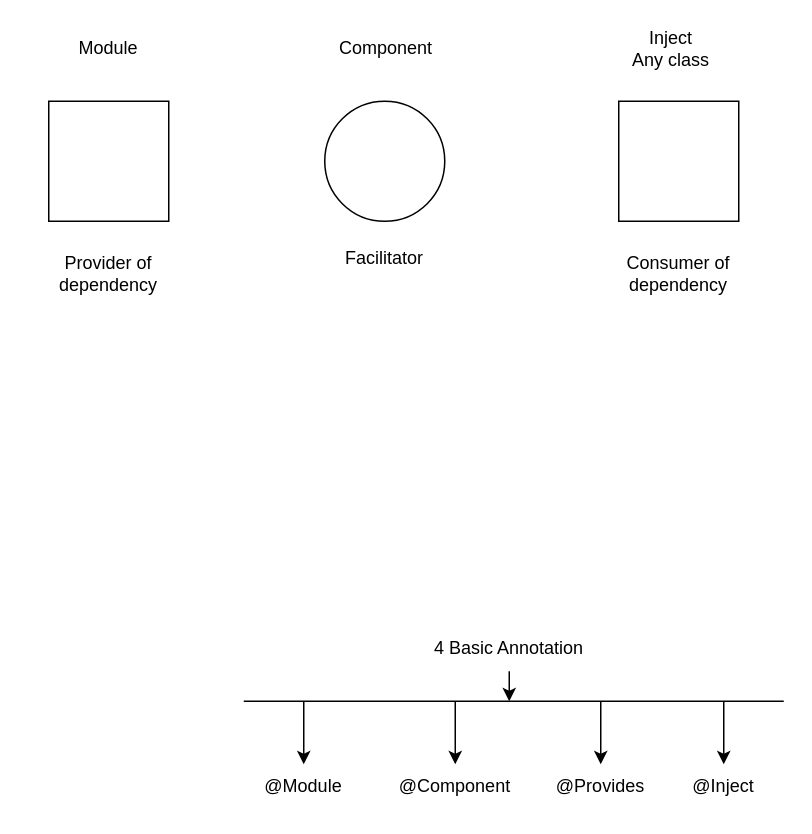
rzrasel/temp-and-app keeps this draw.io diagram as page "Page-1" (1 of 2) of Tutorial - Android - Dagger 2/Dagger 2 01.02.drawio. Above is the earlier version. Source tidied: cells renumbered, new cells numbered last; positions are measured from the earlier drawing's top-left corner, leaving out a move shared by most shapes. Both pictures are drawn from the tidied source at 150%, with x=0, y=0 at pixel (26, 26).
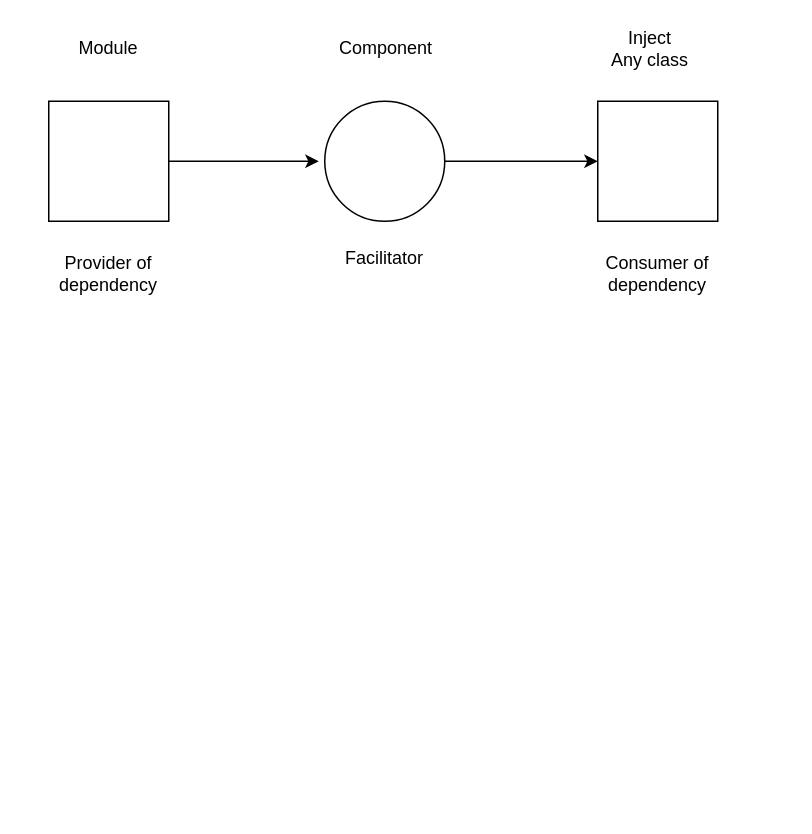
After the change.

The change refers to these unchanged cells:
```xml
<mxCell id="13" style="whiteSpace=wrap;html=1;" parent="1" vertex="1">
  <mxGeometry x="15" y="50" width="80" height="80" as="geometry" />
</mxCell>
<mxCell id="15" style="ellipse;whiteSpace=wrap;html=1;" parent="1" vertex="1">
  <mxGeometry x="199" y="50" width="80" height="80" as="geometry" />
</mxCell>
```

Change to the diagram source:
```diff
@@
-    <mxCell id="2" value="4 Basic Annotation" style="text;html=1;strokeColor=none;fillColor=none;align=center;verticalAlign=middle;whiteSpace=wrap;rounded=0;" parent="1" vertex="1">
-      <mxGeometry x="249" y="400" width="146" height="30" as="geometry" />
-    </mxCell>
-    <mxCell id="3" style="endArrow=none;html=1;rounded=0;" parent="1" edge="1">
-      <mxGeometry relative="1" as="geometry">
-        <mxPoint x="145" y="450" as="sourcePoint" />
-        <mxPoint x="505" y="450" as="targetPoint" />
-      </mxGeometry>
-    </mxCell>
-    <mxCell id="4" style="endArrow=classic;html=1;rounded=0;exitX=0.5;exitY=1;exitDx=0;exitDy=0;" parent="1" edge="1" source="2">
-      <mxGeometry relative="1" as="geometry">
-        <mxPoint x="322" y="450" as="targetPoint" />
-      </mxGeometry>
-    </mxCell>
-    <mxCell id="5" value="@Module" style="text;html=1;strokeColor=none;fillColor=none;align=center;verticalAlign=middle;whiteSpace=wrap;rounded=0;" parent="1" vertex="1">
-      <mxGeometry x="145" y="492" width="80" height="30" as="geometry" />
-    </mxCell>
-    <mxCell id="6" value="@Component" style="text;html=1;strokeColor=none;fillColor=none;align=center;verticalAlign=middle;whiteSpace=wrap;rounded=0;" parent="1" vertex="1">
-      <mxGeometry x="246" y="492" width="80" height="30" as="geometry" />
-    </mxCell>
-    <mxCell id="7" value="@Provides" style="text;html=1;strokeColor=none;fillColor=none;align=center;verticalAlign=middle;whiteSpace=wrap;rounded=0;" parent="1" vertex="1">
-      <mxGeometry x="343" y="492" width="80" height="30" as="geometry" />
-    </mxCell>
-    <mxCell id="8" value="@Inject" style="text;html=1;strokeColor=none;fillColor=none;align=center;verticalAlign=middle;whiteSpace=wrap;rounded=0;" parent="1" vertex="1">
-      <mxGeometry x="425" y="492" width="80" height="30" as="geometry" />
-    </mxCell>
-    <mxCell id="9" style="endArrow=classic;html=1;rounded=0;entryX=0.5;entryY=0;entryDx=0;entryDy=0;" parent="1" edge="1" target="5">
-      <mxGeometry relative="1" as="geometry">
-        <mxPoint x="185" y="450" as="sourcePoint" />
-      </mxGeometry>
-    </mxCell>
-    <mxCell id="10" style="endArrow=classic;html=1;rounded=0;entryX=0.5;entryY=0;entryDx=0;entryDy=0;" parent="1" edge="1" target="6">
-      <mxGeometry relative="1" as="geometry">
-        <mxPoint x="286" y="450" as="sourcePoint" />
-      </mxGeometry>
-    </mxCell>
-    <mxCell id="11" style="endArrow=classic;html=1;rounded=0;entryX=0.5;entryY=0;entryDx=0;entryDy=0;" parent="1" edge="1" target="7">
-      <mxGeometry relative="1" as="geometry">
-        <mxPoint x="383" y="450" as="sourcePoint" />
-      </mxGeometry>
-    </mxCell>
-    <mxCell id="12" style="endArrow=classic;html=1;rounded=0;entryX=0.5;entryY=0;entryDx=0;entryDy=0;" parent="1" edge="1" target="8">
-      <mxGeometry relative="1" as="geometry">
-        <mxPoint x="465" y="450" as="sourcePoint" />
-      </mxGeometry>
-    </mxCell>
+    <mxCell id="22" style="edgeStyle=orthogonalEdgeStyle;rounded=0;jettySize=auto;html=1;" parent="1" edge="1" source="13">
+      <mxGeometry relative="1" as="geometry">
+        <mxPoint x="195" y="90" as="targetPoint" />
+      </mxGeometry>
+    </mxCell>
@@
+    <mxCell id="23" style="edgeStyle=orthogonalEdgeStyle;rounded=0;jettySize=auto;html=1;" parent="1" edge="1" source="15" target="17">
+      <mxGeometry relative="1" as="geometry" />
+    </mxCell>
@@
     <mxCell id="16" value="Consumer of dependency" style="text;html=1;strokeColor=none;fillColor=none;align=center;verticalAlign=middle;whiteSpace=wrap;rounded=0;" parent="1" vertex="1">
-      <mxGeometry x="380" y="150" width="110" height="30" as="geometry" />
+      <mxGeometry x="366" y="150" width="110" height="30" as="geometry" />
     </mxCell>
     <mxCell id="17" style="whiteSpace=wrap;html=1;" parent="1" vertex="1">
-      <mxGeometry x="395" y="50" width="80" height="80" as="geometry" />
+      <mxGeometry x="381" y="50" width="80" height="80" as="geometry" />
     </mxCell>
@@
     <mxCell id="20" value="Inject&lt;br&gt;Any class" style="text;html=1;strokeColor=none;fillColor=none;align=center;verticalAlign=middle;whiteSpace=wrap;rounded=0;" parent="1" vertex="1">
-      <mxGeometry x="375" width="110" height="30" as="geometry" />
+      <mxGeometry x="361" width="110" height="30" as="geometry" />
     </mxCell>
```
